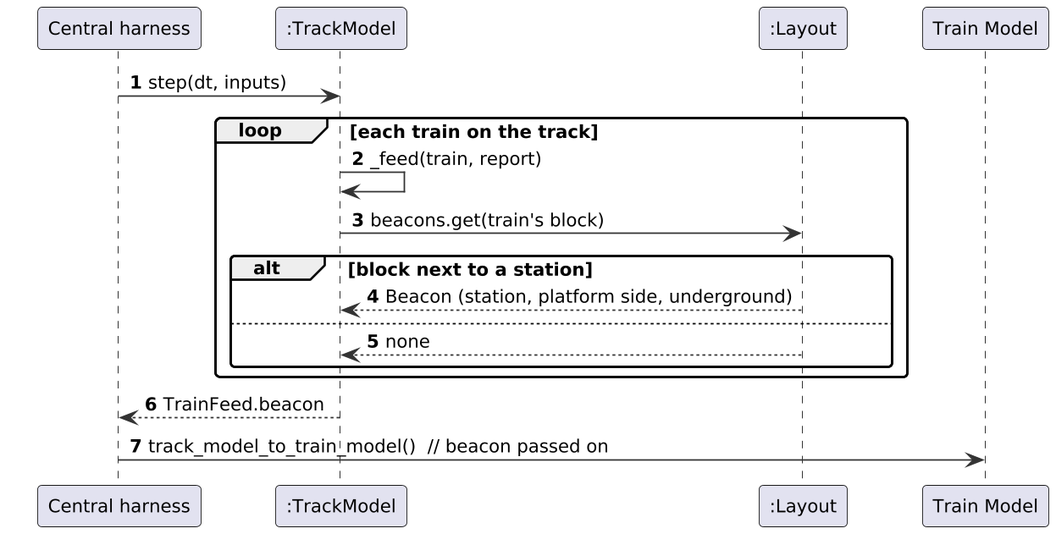
The PlantUML diagram documents/uml/track_model/sd08_beacon.png in Landiss04/Track-Overflow, before a commit.
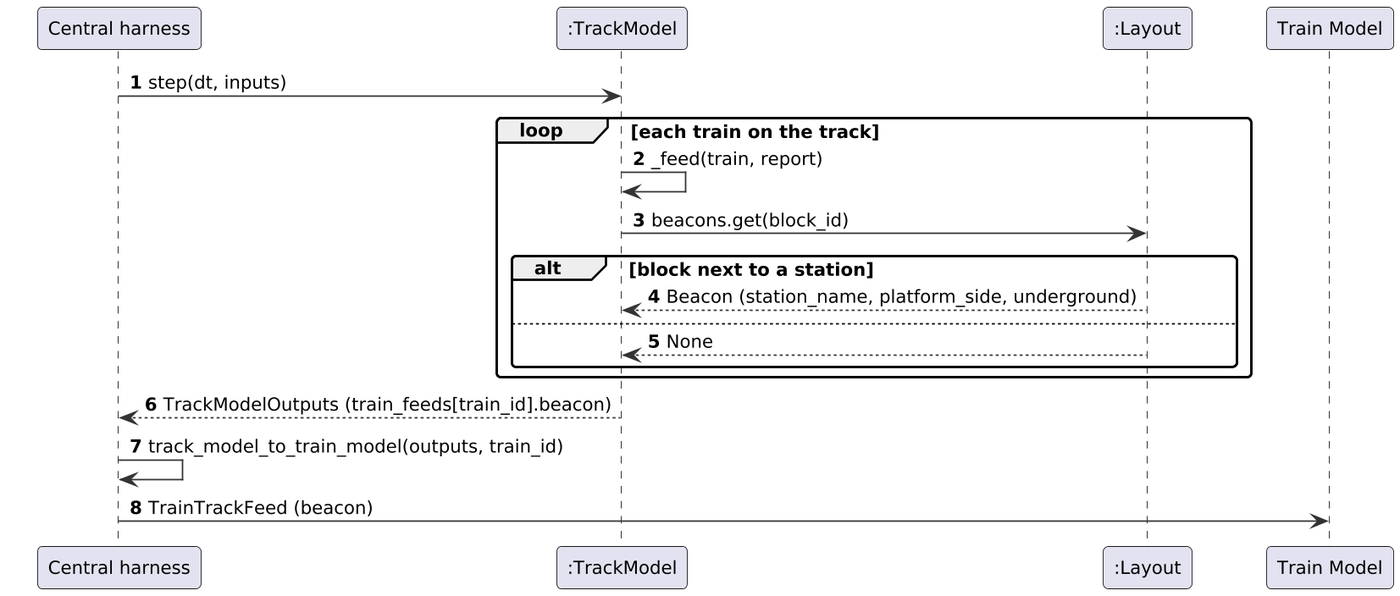
After the change.

The edit, as a diff of the source:
```diff
@@ -16,13 +16,14 @@
 H -> TM : step(dt, inputs)
 loop each train on the track
   TM -> TM : _feed(train, report)
-  TM -> L : beacons.get(train's block)
+  TM -> L : beacons.get(block_id)
   alt block next to a station
-    L --> TM : Beacon (station, platform side, underground)
+    L --> TM : Beacon (station_name, platform_side, underground)
   else
-    L --> TM : none
+    L --> TM : None
   end
 end
-TM --> H : TrainFeed.beacon
-H -> TRM : track_model_to_train_model()  // beacon passed on
+TM --> H : TrackModelOutputs (train_feeds[train_id].beacon)
+H -> H : track_model_to_train_model(outputs, train_id)
+H -> TRM : TrainTrackFeed (beacon)
 @enduml
```
